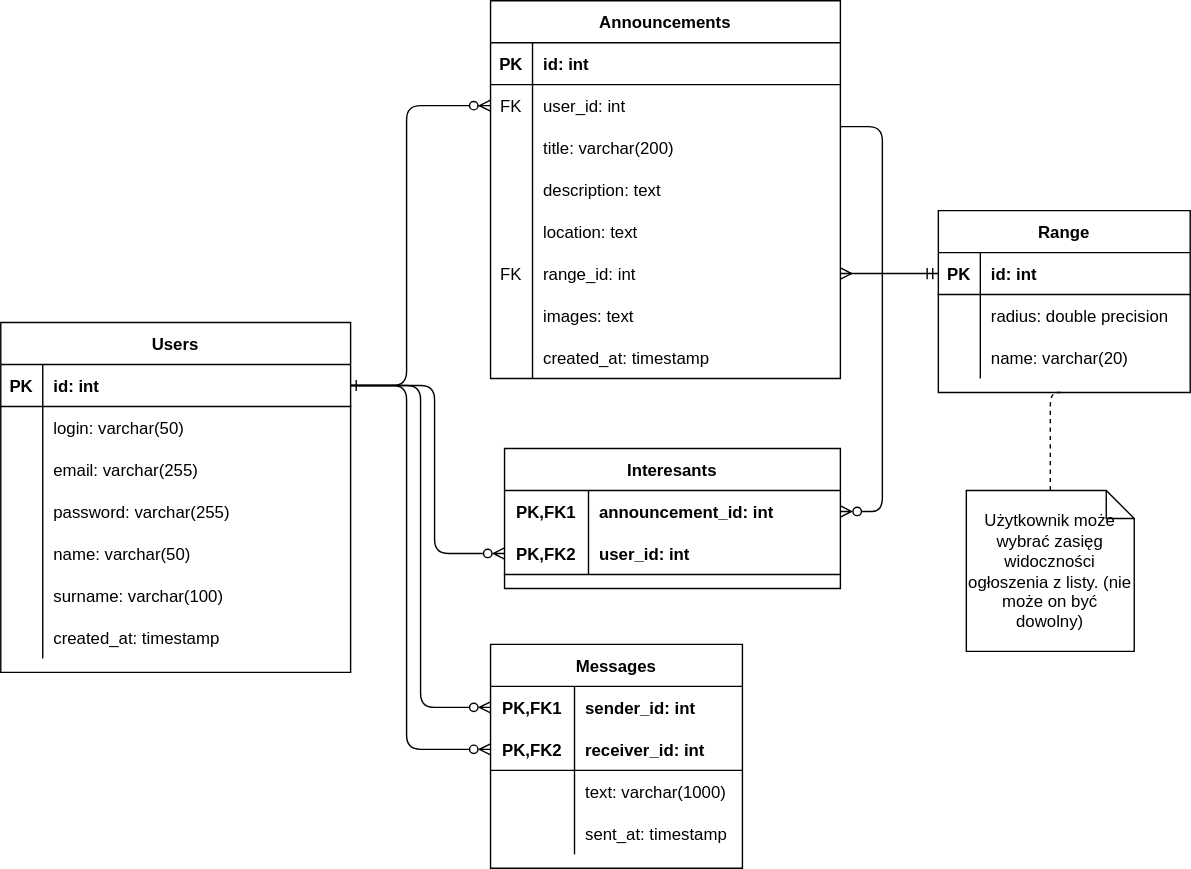
Above: database_model.svg in CKTA00/WDPAI_project (draw.io), before the change. Source tidied: cells renumbered, new cells last; positions are measured from the earlier drawing's top-left corner, leaving out a move shared by most shapes.
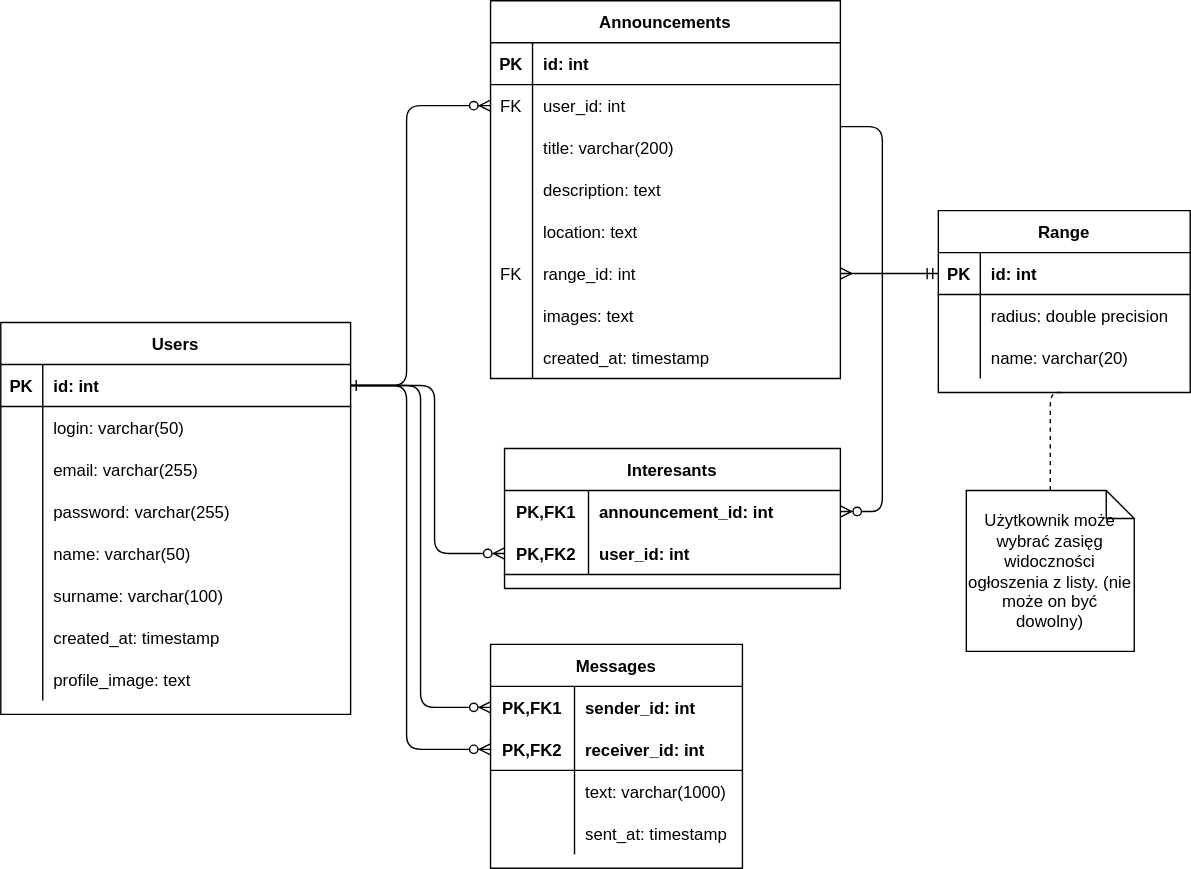
Above is the later version.

What changed in the source:
```diff
@@ -85,7 +85,7 @@
       <mxGeometry x="30" width="220" height="30" as="geometry" />
     </mxCell>
     <mxCell id="28" value="Users" style="shape=table;startSize=30;rowLines=0;fontStyle=1;align=center;" parent="1" vertex="1">
-      <mxGeometry y="230" width="250" height="250" as="geometry" />
+      <mxGeometry y="230" width="250" height="280" as="geometry" />
     </mxCell>
     <mxCell id="29" style="shape=partialRectangle;fillColor=none;points=[[0,0.5],[1,0.5]];portConstraint=eastwest;top=0;left=0;right=0;bottom=1;" parent="28" vertex="1">
       <mxGeometry y="30" width="250" height="30" as="geometry" />
@@ -141,13 +141,22 @@
     <mxCell id="46" value="surname: varchar(100)" style="shape=partialRectangle;overflow=hidden;fillColor=none;top=0;left=0;bottom=0;right=0;align=left;spacingLeft=6;" parent="44" vertex="1">
       <mxGeometry x="30" width="220" height="30" as="geometry" />
     </mxCell>
+    <mxCell id="87" style="shape=partialRectangle;fillColor=none;top=0;left=0;right=0;bottom=0;" parent="28" vertex="1">
+      <mxGeometry y="210" width="250" height="30" as="geometry" />
+    </mxCell>
+    <mxCell id="88" style="shape=partialRectangle;overflow=hidden;fillColor=none;top=0;left=0;bottom=0;right=0;" parent="87" vertex="1">
+      <mxGeometry width="30" height="30" as="geometry" />
+    </mxCell>
+    <mxCell id="89" value="created_at: timestamp" style="shape=partialRectangle;overflow=hidden;fillColor=none;top=0;left=0;bottom=0;right=0;align=left;spacingLeft=6;" parent="87" vertex="1">
+      <mxGeometry x="30" width="220" height="30" as="geometry" />
+    </mxCell>
     <mxCell id="47" style="shape=partialRectangle;fillColor=none;top=0;left=0;right=0;bottom=0;" parent="28" vertex="1">
-      <mxGeometry y="210" width="250" height="30" as="geometry" />
+      <mxGeometry y="240" width="250" height="30" as="geometry" />
     </mxCell>
     <mxCell id="48" style="shape=partialRectangle;overflow=hidden;fillColor=none;top=0;left=0;bottom=0;right=0;" parent="47" vertex="1">
       <mxGeometry width="30" height="30" as="geometry" />
     </mxCell>
-    <mxCell id="49" value="created_at: timestamp" style="shape=partialRectangle;overflow=hidden;fillColor=none;top=0;left=0;bottom=0;right=0;align=left;spacingLeft=6;" parent="47" vertex="1">
+    <mxCell id="49" value="profile_image: text" style="shape=partialRectangle;overflow=hidden;fillColor=none;top=0;left=0;bottom=0;right=0;align=left;spacingLeft=6;" parent="47" vertex="1">
       <mxGeometry x="30" width="220" height="30" as="geometry" />
     </mxCell>
     <mxCell id="50" value="Interesants" style="shape=table;startSize=30;rowLines=0;fontStyle=1;align=center;" parent="1" vertex="1">
```
